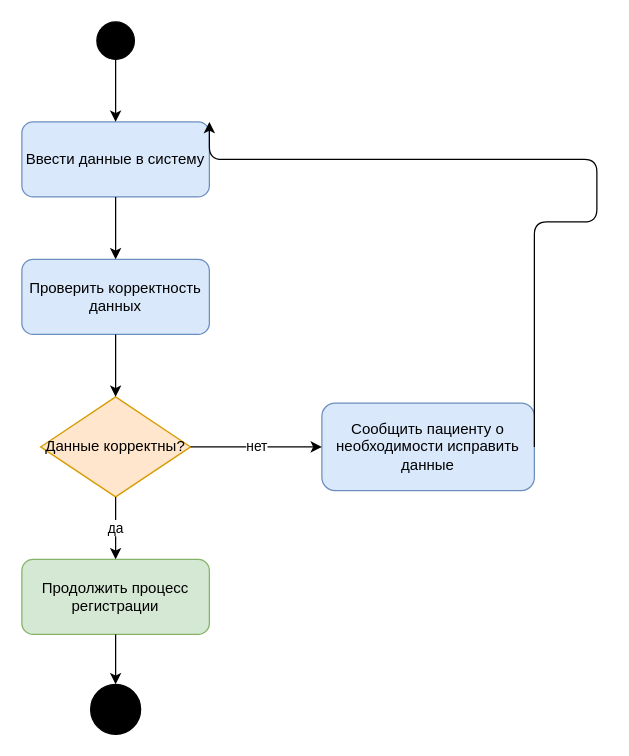
gvwlwia/visual-programming-labs-Gavrilik keeps this draw.io diagram as lab1/diagrams/activity.drawio. Above is the earlier version. Source tidied: cells renumbered, new cells numbered last; positions are measured from the earlier drawing's top-left corner, leaving out a move shared by most shapes. Both pictures are drawn from the tidied source at 125%, with x=0, y=0 at pixel (21, 21).
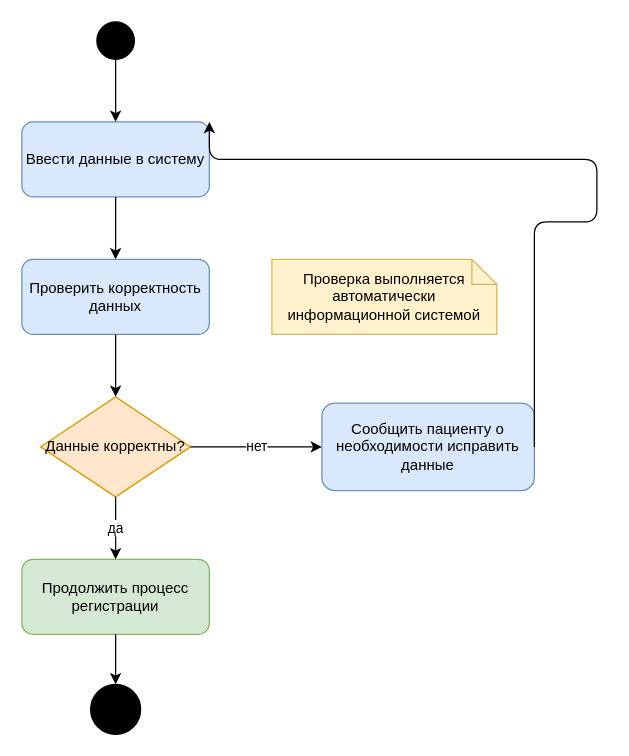
The same page after the edit.

Commit message (it also covers changes not shown here):
Update Activity and Mermaid diagrams

Diff of the diagram source:
```diff
@@
 <mxGraphModel>
   <root>
     <mxCell id="0" />
     <mxCell id="1" parent="0" />
     <mxCell id="2" style="ellipse;whiteSpace=wrap;html=1;fillColor=#000000;strokeColor=#000000;" parent="1" vertex="1">
       <mxGeometry x="60" width="30" height="30" as="geometry" />
     </mxCell>
     <mxCell id="3" value="Ввести данные в систему" style="rounded=1;whiteSpace=wrap;html=1;fillColor=#dae8fc;strokeColor=#6c8ebf;" parent="1" vertex="1">
       <mxGeometry y="80" width="150" height="60" as="geometry" />
     </mxCell>
     <mxCell id="4" value="Проверить корректность данных" style="rounded=1;whiteSpace=wrap;html=1;fillColor=#dae8fc;strokeColor=#6c8ebf;" parent="1" vertex="1">
       <mxGeometry y="190" width="150" height="60" as="geometry" />
     </mxCell>
     <mxCell id="5" value="Данные корректны?" style="rhombus;whiteSpace=wrap;html=1;fillColor=#ffe6cc;strokeColor=#d79b00;" parent="1" vertex="1">
       <mxGeometry x="15" y="300" width="120" height="80" as="geometry" />
     </mxCell>
     <mxCell id="6" value="Сообщить пациенту о необходимости исправить данные" style="rounded=1;whiteSpace=wrap;html=1;fillColor=#dae8fc;strokeColor=#6c8ebf;" parent="1" vertex="1">
       <mxGeometry x="240" y="305" width="170" height="70" as="geometry" />
     </mxCell>
     <mxCell id="7" value="Продолжить процесс регистрации" style="rounded=1;whiteSpace=wrap;html=1;fillColor=#d5e8d4;strokeColor=#82b366;" parent="1" vertex="1">
       <mxGeometry y="430" width="150" height="60" as="geometry" />
     </mxCell>
     <mxCell id="8" style="ellipse;whiteSpace=wrap;html=1;fillColor=#000000;strokeColor=#000000;shape=doubleEllipse;" parent="1" vertex="1">
       <mxGeometry x="55" y="530" width="40" height="40" as="geometry" />
     </mxCell>
     <mxCell id="9" style="edgeStyle=orthogonalEdgeStyle;html=1;" parent="1" edge="1" source="2" target="3">
       <mxGeometry relative="1" as="geometry" />
     </mxCell>
     <mxCell id="10" style="edgeStyle=orthogonalEdgeStyle;html=1;" parent="1" edge="1" source="3" target="4">
       <mxGeometry relative="1" as="geometry" />
     </mxCell>
     <mxCell id="11" style="edgeStyle=orthogonalEdgeStyle;html=1;" parent="1" edge="1" source="4" target="5">
       <mxGeometry relative="1" as="geometry" />
     </mxCell>
     <mxCell id="12" value="нет" style="edgeStyle=orthogonalEdgeStyle;html=1;" parent="1" edge="1" source="5" target="6">
       <mxGeometry relative="1" as="geometry" />
     </mxCell>
     <mxCell id="13" style="edgeStyle=orthogonalEdgeStyle;html=1;exitX=1;exitY=0.5;entryX=1;entryY=0;" parent="1" edge="1" source="6" target="3">
       <mxGeometry relative="1" as="geometry">
         <Array as="points">
           <mxPoint x="460" y="160" />
           <mxPoint x="170" y="110" />
         </Array>
       </mxGeometry>
     </mxCell>
     <mxCell id="14" value="да" style="edgeStyle=orthogonalEdgeStyle;html=1;" parent="1" edge="1" source="5" target="7">
       <mxGeometry relative="1" as="geometry" />
     </mxCell>
     <mxCell id="15" style="edgeStyle=orthogonalEdgeStyle;html=1;" parent="1" edge="1" source="7" target="8">
       <mxGeometry relative="1" as="geometry" />
     </mxCell>
+    <mxCell id="16" value="Проверка выполняется автоматически информационной системой" style="shape=note;whiteSpace=wrap;html=1;fillColor=#fff2cc;strokeColor=#d6b656;size=20;" parent="1" vertex="1">
+      <mxGeometry x="200" y="190" width="180" height="60" as="geometry" />
+    </mxCell>
   </root>
 </mxGraphModel>
```
